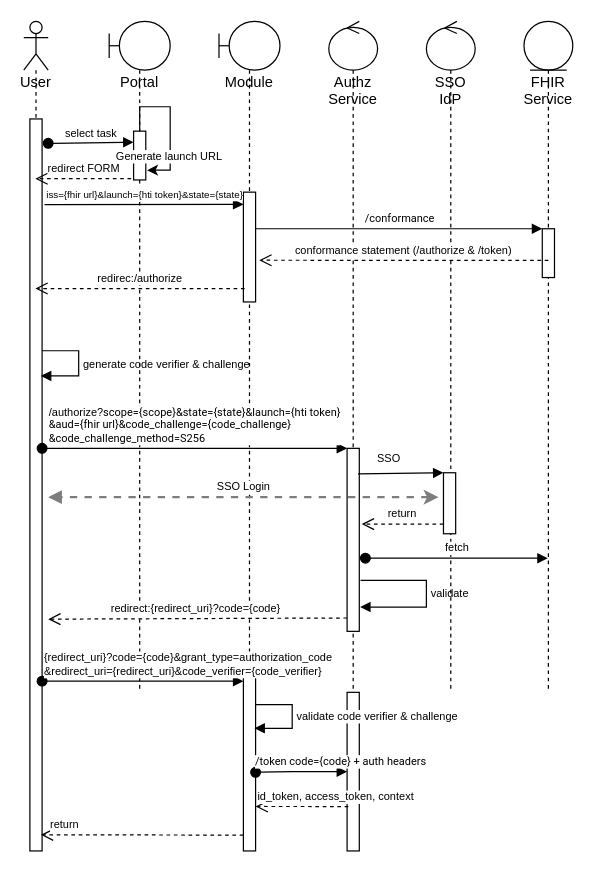
Before: topics/SMART on FHIR app launch and HTI.drawio in Koppeltaal/Koppeltaal-2.0-Specificaties-en-Architectuur, a draw.io diagram. Source tidied: cells renumbered, new cells numbered last; positions are measured from the earlier drawing's top-left corner, leaving out a move shared by most shapes. Both pictures are drawn from the tidied source at 122%, with x=0, y=0 at pixel (23, 21).
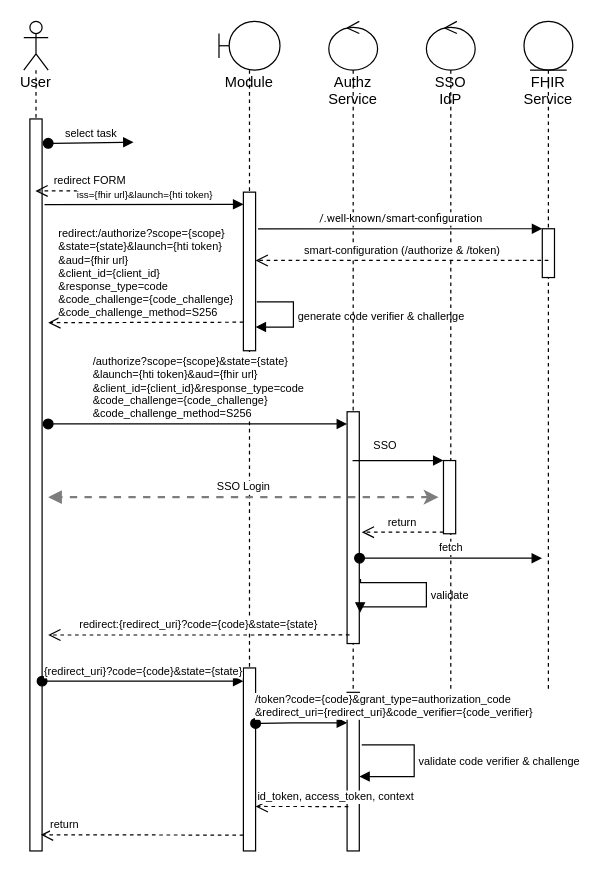
Above is the later version.

Unchanged cells that the change refers to:
```xml
<mxCell id="2" value="User" style="shape=umlLifeline;participant=umlActor;perimeter=lifelinePerimeter;whiteSpace=wrap;html=1;verticalAlign=top;spacingTop=36;outlineConnect=0;" parent="1" vertex="1">
  <mxGeometry width="20" height="680" as="geometry" />
</mxCell>
<mxCell id="3" style="html=1;points=[];perimeter=orthogonalPerimeter;" parent="2" vertex="1">
  <mxGeometry x="5" y="80" width="10" height="600" as="geometry" />
</mxCell>
<mxCell id="12" value="Authz Service" style="shape=umlLifeline;participant=umlControl;perimeter=lifelinePerimeter;whiteSpace=wrap;html=1;verticalAlign=top;spacingTop=36;outlineConnect=0;" parent="1" vertex="1">
  <mxGeometry x="250" width="40" height="680" as="geometry" />
</mxCell>
<mxCell id="14" style="html=1;points=[];perimeter=orthogonalPerimeter;fontSize=9;" parent="12" vertex="1">
  <mxGeometry x="15" y="550" width="10" height="130" as="geometry" />
</mxCell>
<mxCell id="16" value="SSO IdP" style="shape=umlLifeline;participant=umlControl;perimeter=lifelinePerimeter;whiteSpace=wrap;html=1;verticalAlign=top;spacingTop=36;" parent="1" vertex="1">
  <mxGeometry x="330" width="40" height="550" as="geometry" />
</mxCell>
<mxCell id="19" style="html=1;points=[];perimeter=orthogonalPerimeter;fontSize=9;" parent="18" vertex="1">
  <mxGeometry x="15" y="170" width="10" height="40" as="geometry" />
</mxCell>
```

The edit, as a diff of the source:
```diff
@@
+    <mxCell id="9" value="Module" style="shape=umlLifeline;participant=umlBoundary;perimeter=lifelinePerimeter;whiteSpace=wrap;html=1;verticalAlign=top;spacingTop=36;" parent="1" vertex="1">
+      <mxGeometry x="160" width="50" height="680" as="geometry" />
+    </mxCell>
+    <mxCell id="37" style="html=1;points=[];perimeter=orthogonalPerimeter;fontSize=9;" parent="9" vertex="1">
+      <mxGeometry x="20" y="140" width="10" height="130" as="geometry" />
+    </mxCell>
+    <mxCell id="11" style="html=1;points=[];perimeter=orthogonalPerimeter;fontSize=9;" parent="9" vertex="1">
+      <mxGeometry x="20" y="530" width="10" height="150" as="geometry" />
+    </mxCell>
-    <mxCell id="4" value="&lt;font style=&quot;font-size: 9px;&quot;&gt;generate code verifier &amp;amp; challenge&lt;/font&gt;" style="edgeStyle=orthogonalEdgeStyle;html=1;align=left;spacingLeft=2;endArrow=block;rounded=0;entryX=0.9;entryY=0.351;entryDx=0;entryDy=0;entryPerimeter=0;" parent="2" edge="1" target="3">
+    <mxCell id="4" value="&lt;font style=&quot;font-size: 9px;&quot;&gt;generate code verifier &amp;amp; challenge&lt;/font&gt;" style="edgeStyle=orthogonalEdgeStyle;html=1;align=left;spacingLeft=2;endArrow=block;rounded=0;entryX=0.9;entryY=0.351;entryDx=0;entryDy=0;entryPerimeter=0;" parent="9" edge="1">
       <mxGeometry relative="1" as="geometry">
-        <mxPoint x="15" y="270" as="sourcePoint" />
+        <mxPoint x="31" y="230" as="sourcePoint" />
+        <mxPoint x="30" y="250.6" as="targetPoint" />
         <Array as="points">
-          <mxPoint x="45" y="270" />
-          <mxPoint x="45" y="291" />
+          <mxPoint x="61" y="230" />
+          <mxPoint x="61" y="251" />
         </Array>
       </mxGeometry>
     </mxCell>
-    <mxCell id="5" value="Portal" style="shape=umlLifeline;participant=umlBoundary;perimeter=lifelinePerimeter;whiteSpace=wrap;html=1;verticalAlign=top;spacingTop=36;" parent="1" vertex="1">
-      <mxGeometry x="70" width="50" height="550" as="geometry" />
-    </mxCell>
-    <mxCell id="6" style="html=1;points=[];perimeter=orthogonalPerimeter;" parent="5" vertex="1">
-      <mxGeometry x="20" y="90" width="10" height="40" as="geometry" />
-    </mxCell>
-    <mxCell id="7" style="edgeStyle=orthogonalEdgeStyle;rounded=0;orthogonalLoop=1;jettySize=auto;html=1;entryX=1.1;entryY=0.8;entryDx=0;entryDy=0;entryPerimeter=0;" parent="5" edge="1" source="6" target="6">
-      <mxGeometry relative="1" as="geometry" />
-    </mxCell>
-    <mxCell id="8" value="Generate launch URL" style="edgeLabel;html=1;align=center;verticalAlign=middle;fontSize=9;" parent="7" vertex="1">
-      <mxGeometry x="0.33" y="-2" relative="1" as="geometry">
-        <mxPoint y="8" as="offset" />
-      </mxGeometry>
-    </mxCell>
-    <mxCell id="9" value="Module" style="shape=umlLifeline;participant=umlBoundary;perimeter=lifelinePerimeter;whiteSpace=wrap;html=1;verticalAlign=top;spacingTop=36;" parent="1" vertex="1">
-      <mxGeometry x="160" width="50" height="680" as="geometry" />
-    </mxCell>
-    <mxCell id="10" style="html=1;points=[];perimeter=orthogonalPerimeter;fontSize=9;" parent="9" vertex="1">
-      <mxGeometry x="20" y="140" width="10" height="90" as="geometry" />
-    </mxCell>
-    <mxCell id="11" style="html=1;points=[];perimeter=orthogonalPerimeter;fontSize=9;" parent="9" vertex="1">
-      <mxGeometry x="20" y="530" width="10" height="150" as="geometry" />
-    </mxCell>
@@
-    <mxCell id="13" style="html=1;points=[];perimeter=orthogonalPerimeter;fontSize=9;" parent="12" vertex="1">
-      <mxGeometry x="15" y="350" width="10" height="150" as="geometry" />
-    </mxCell>
+    <mxCell id="38" style="html=1;points=[];perimeter=orthogonalPerimeter;fontSize=9;" parent="12" vertex="1">
+      <mxGeometry x="15" y="320" width="10" height="190" as="geometry" />
+    </mxCell>
@@
-    <mxCell id="15" value="validate" style="edgeStyle=orthogonalEdgeStyle;html=1;align=left;spacingLeft=2;endArrow=block;rounded=0;fontSize=9;strokeColor=#030303;strokeWidth=1;exitX=1.1;exitY=0.721;exitDx=0;exitDy=0;exitPerimeter=0;entryX=1.067;entryY=0.867;entryDx=0;entryDy=0;entryPerimeter=0;" parent="12" edge="1" source="13" target="13">
+    <mxCell id="15" value="validate" style="edgeStyle=orthogonalEdgeStyle;html=1;align=left;spacingLeft=2;endArrow=block;rounded=0;fontSize=9;strokeColor=#030303;strokeWidth=1;exitX=1.1;exitY=0.721;exitDx=0;exitDy=0;exitPerimeter=0;entryX=1.067;entryY=0.867;entryDx=0;entryDy=0;entryPerimeter=0;" parent="12" edge="1" source="38" target="38">
       <mxGeometry relative="1" as="geometry">
         <Array as="points">
-          <mxPoint x="80" y="458" />
+          <mxPoint x="26" y="460" />
+          <mxPoint x="80" y="460" />
           <mxPoint x="80" y="480" />
+          <mxPoint x="26" y="480" />
         </Array>
       </mxGeometry>
     </mxCell>
+    <mxCell id="36" value="validate code verifier &amp;amp; challenge" style="edgeStyle=orthogonalEdgeStyle;html=1;align=left;spacingLeft=2;endArrow=block;rounded=0;entryX=1;entryY=0.531;fontSize=9;entryDx=0;entryDy=0;entryPerimeter=0;exitX=1.2;exitY=0.331;exitDx=0;exitDy=0;exitPerimeter=0;" parent="12" edge="1" source="14" target="14">
+      <mxGeometry relative="1" as="geometry">
+        <Array as="points">
+          <mxPoint x="70" y="593" />
+          <mxPoint x="70" y="619" />
+        </Array>
+      </mxGeometry>
+    </mxCell>
@@
-    <mxCell id="17" style="html=1;points=[];perimeter=orthogonalPerimeter;fontSize=9;" parent="16" vertex="1">
-      <mxGeometry x="14" y="370" width="10" height="50" as="geometry" />
-    </mxCell>
+    <mxCell id="39" style="html=1;points=[];perimeter=orthogonalPerimeter;fontSize=9;" parent="16" vertex="1">
+      <mxGeometry x="14" y="360" width="10" height="60" as="geometry" />
+    </mxCell>
@@
-    <mxCell id="21" value="redirect FORM" style="html=1;verticalAlign=bottom;endArrow=open;dashed=1;endSize=8;rounded=0;exitX=-0.2;exitY=0.975;exitDx=0;exitDy=0;exitPerimeter=0;fontSize=9;" parent="1" edge="1" source="6" target="2">
-      <mxGeometry relative="1" as="geometry" />
+    <mxCell id="21" value="redirect FORM" style="html=1;verticalAlign=bottom;endArrow=open;dashed=1;endSize=8;rounded=0;exitX=-0.2;exitY=0.975;exitDx=0;exitDy=0;exitPerimeter=0;fontSize=9;" parent="1" edge="1" target="2">
+      <mxGeometry relative="1" as="geometry">
+        <mxPoint x="98" y="139" as="sourcePoint" />
+      </mxGeometry>
     </mxCell>
-    <mxCell id="22" value="&lt;span style=&quot;text-align: start;&quot; id=&quot;docs-internal-guid-1505f8b8-7fff-2bb9-398f-21b4f6429415&quot;&gt;&lt;p style=&quot;line-height: 1.2; text-align: center; margin-top: 0pt; margin-bottom: 0pt;&quot; dir=&quot;ltr&quot;&gt;&lt;span style=&quot;font-family: Asap, sans-serif; font-variant-ligatures: normal; font-variant-east-asian: normal; font-variant-position: normal; vertical-align: baseline;&quot;&gt;&lt;font style=&quot;font-size: 8px;&quot;&gt;iss={fhir url}&amp;amp;launch={hti token}&amp;amp;state={state}&lt;/font&gt;&lt;/span&gt;&lt;/p&gt;&lt;/span&gt;" style="html=1;verticalAlign=bottom;endArrow=block;rounded=0;exitX=1.2;exitY=0.117;exitDx=0;exitDy=0;exitPerimeter=0;" parent="1" edge="1" source="3">
-      <mxGeometry relative="1" as="geometry">
-        <mxPoint x="180" y="150" as="targetPoint" />
-      </mxGeometry>
-    </mxCell>
-    <mxCell id="23" value="&lt;span style=&quot;text-align: start;&quot; id=&quot;docs-internal-guid-a28b069d-7fff-43a8-c809-6137400d5dd9&quot;&gt;&lt;span style=&quot;font-family: Roboto, sans-serif; font-variant-ligatures: normal; font-variant-east-asian: normal; font-variant-position: normal; vertical-align: baseline;&quot;&gt;&lt;font style=&quot;font-size: 9px;&quot;&gt;/conformance&lt;/font&gt;&lt;/span&gt;&lt;/span&gt;" style="html=1;verticalAlign=bottom;endArrow=block;entryX=0;entryY=0;rounded=0;fontSize=9;" parent="1" edge="1" target="19">
-      <mxGeometry relative="1" as="geometry">
-        <mxPoint x="190" y="170" as="sourcePoint" />
-      </mxGeometry>
-    </mxCell>
-    <mxCell id="24" value="conformance statement (/authorize &amp;amp; /token)" style="html=1;verticalAlign=bottom;endArrow=open;dashed=1;endSize=8;rounded=0;fontSize=9;entryX=1.3;entryY=0.62;entryDx=0;entryDy=0;entryPerimeter=0;" parent="1" edge="1" target="10">
-      <mxGeometry relative="1" as="geometry">
-        <mxPoint x="430" y="196" as="sourcePoint" />
-      </mxGeometry>
-    </mxCell>
-    <mxCell id="25" value="&lt;span style=&quot;&quot; id=&quot;docs-internal-guid-549b7491-7fff-cfe8-88d7-1d511a69c36a&quot;&gt;&lt;span style=&quot;font-family: Roboto, sans-serif; font-variant-ligatures: normal; font-variant-east-asian: normal; font-variant-position: normal; vertical-align: baseline;&quot;&gt;&lt;font style=&quot;font-size: 9px;&quot;&gt;&lt;span style=&quot;font-family: Helvetica; text-align: center;&quot;&gt;/authorize?&lt;/span&gt;scope={scope}&amp;amp;state={state}&amp;amp;launch={hti token}&lt;br&gt;&lt;div style=&quot;text-align: left;&quot;&gt;&amp;amp;aud={fhir url}&amp;amp;code_challenge={code_challenge}&lt;/div&gt;&lt;div style=&quot;text-align: left;&quot;&gt;&amp;amp;code_challenge_method=S256&lt;/div&gt;&lt;/font&gt;&lt;/span&gt;&lt;/span&gt;" style="html=1;verticalAlign=bottom;startArrow=oval;endArrow=block;startSize=8;rounded=0;fontSize=9;" parent="1" edge="1" target="13">
-      <mxGeometry relative="1" as="geometry">
-        <mxPoint x="15" y="350" as="sourcePoint" />
-        <Array as="points">
-          <mxPoint x="50" y="350" />
-        </Array>
-      </mxGeometry>
-    </mxCell>
+    <mxCell id="40" value="&lt;span style=&quot;text-align: start;&quot; id=&quot;docs-internal-guid-1505f8b8-7fff-2bb9-398f-21b4f6429415&quot;&gt;&lt;p style=&quot;line-height: 1.2; text-align: center; margin-top: 0pt; margin-bottom: 0pt;&quot; dir=&quot;ltr&quot;&gt;&lt;span style=&quot;font-family: Asap, sans-serif; font-variant-ligatures: normal; font-variant-east-asian: normal; font-variant-position: normal; vertical-align: baseline;&quot;&gt;&lt;font style=&quot;font-size: 8px;&quot;&gt;iss={fhir url}&amp;amp;launch={hti token}&lt;/font&gt;&lt;/span&gt;&lt;/p&gt;&lt;/span&gt;" style="html=1;verticalAlign=bottom;endArrow=block;rounded=0;exitX=1.2;exitY=0.117;exitDx=0;exitDy=0;exitPerimeter=0;" parent="1" edge="1" source="3">
+      <mxGeometry relative="1" as="geometry">
+        <mxPoint x="180" y="150" as="targetPoint" />
+      </mxGeometry>
+    </mxCell>
+    <mxCell id="41" value="&lt;span style=&quot;text-align: start;&quot; id=&quot;docs-internal-guid-a28b069d-7fff-43a8-c809-6137400d5dd9&quot;&gt;&lt;span style=&quot;font-family: Roboto, sans-serif; font-variant-ligatures: normal; font-variant-east-asian: normal; font-variant-position: normal; vertical-align: baseline;&quot;&gt;&lt;font style=&quot;font-size: 9px;&quot;&gt;/.well-known/smart-configuration&lt;/font&gt;&lt;/span&gt;&lt;/span&gt;" style="html=1;verticalAlign=bottom;endArrow=block;entryX=0;entryY=0;rounded=0;fontSize=9;startArrow=none;exitX=1.2;exitY=0.231;exitDx=0;exitDy=0;exitPerimeter=0;" parent="1" edge="1" source="37" target="19">
+      <mxGeometry relative="1" as="geometry" />
+    </mxCell>
+    <mxCell id="42" value="smart-configuration (/authorize &amp;amp; /token)" style="html=1;verticalAlign=bottom;endArrow=open;dashed=1;endSize=8;rounded=0;fontSize=9;" parent="1" edge="1">
+      <mxGeometry relative="1" as="geometry">
+        <mxPoint x="430" y="196" as="sourcePoint" />
+        <mxPoint x="190" y="196" as="targetPoint" />
+      </mxGeometry>
+    </mxCell>
+    <mxCell id="43" value="&lt;div style=&quot;border-color: var(--border-color); text-align: justify;&quot;&gt;/authorize?scope={scope}&amp;amp;state={state}&lt;/div&gt;&lt;div style=&quot;border-color: var(--border-color); text-align: justify;&quot;&gt;&amp;amp;launch={hti token}&amp;amp;aud={fhir url}&lt;/div&gt;&lt;div style=&quot;border-color: var(--border-color);&quot;&gt;&lt;div style=&quot;border-color: var(--border-color); text-align: justify;&quot;&gt;&amp;amp;client_id={client_id}&amp;amp;response_type=code&lt;/div&gt;&lt;/div&gt;&lt;div style=&quot;border-color: var(--border-color); text-align: justify;&quot;&gt;&amp;amp;code_challenge={code_challenge}&lt;/div&gt;&lt;div style=&quot;border-color: var(--border-color); text-align: justify;&quot;&gt;&amp;amp;code_challenge_method=S256&lt;/div&gt;" style="html=1;verticalAlign=bottom;startArrow=oval;endArrow=block;startSize=8;rounded=0;fontSize=9;" parent="1" edge="1">
+      <mxGeometry relative="1" as="geometry">
+        <mxPoint x="20" y="330" as="sourcePoint" />
+        <mxPoint x="265" y="330" as="targetPoint" />
+        <Array as="points">
+          <mxPoint x="50" y="330" />
+        </Array>
+      </mxGeometry>
+    </mxCell>
-    <mxCell id="26" value="SSO" style="html=1;verticalAlign=bottom;endArrow=block;entryX=0;entryY=0;rounded=0;fontSize=9;exitX=0.9;exitY=0.14;exitDx=0;exitDy=0;exitPerimeter=0;" parent="1" edge="1" source="13" target="17">
+    <mxCell id="26" value="SSO" style="html=1;verticalAlign=bottom;endArrow=block;entryX=0;entryY=0;rounded=0;fontSize=9;" parent="1" edge="1" source="12" target="39">
       <mxGeometry x="-0.29" y="4" relative="1" as="geometry" />
     </mxCell>
@@
-    <mxCell id="28" value="return" style="html=1;verticalAlign=bottom;endArrow=open;dashed=1;endSize=8;rounded=0;fontSize=9;entryX=1.2;entryY=0.414;entryDx=0;entryDy=0;entryPerimeter=0;" parent="1" edge="1" source="17" target="13">
-      <mxGeometry relative="1" as="geometry" />
+    <mxCell id="28" value="return" style="html=1;verticalAlign=bottom;endArrow=open;dashed=1;endSize=8;rounded=0;fontSize=9;entryX=1.2;entryY=0.414;entryDx=0;entryDy=0;entryPerimeter=0;" parent="1" edge="1">
+      <mxGeometry relative="1" as="geometry">
+        <mxPoint x="344" y="418.7" as="sourcePoint" />
+        <mxPoint x="277" y="418.7" as="targetPoint" />
+      </mxGeometry>
     </mxCell>
-    <mxCell id="29" value="redirec:/authorize" style="html=1;verticalAlign=bottom;endArrow=open;dashed=1;endSize=8;rounded=0;exitX=0.1;exitY=0.878;exitDx=0;exitDy=0;exitPerimeter=0;fontSize=9;" parent="1" edge="1" source="10" target="2">
-      <mxGeometry relative="1" as="geometry" />
-    </mxCell>
-    <mxCell id="30" value="redirect:{redirect_uri}?code={code}&amp;nbsp;" style="html=1;verticalAlign=bottom;endArrow=open;dashed=1;endSize=8;rounded=0;fontSize=9;strokeWidth=1;exitX=0;exitY=0.927;exitDx=0;exitDy=0;exitPerimeter=0;" parent="1" edge="1" source="13">
-      <mxGeometry relative="1" as="geometry">
-        <mxPoint x="20" y="490" as="targetPoint" />
-      </mxGeometry>
-    </mxCell>
+    <mxCell id="44" value="&lt;div style=&quot;text-align: justify;&quot;&gt;redirect:/authorize?scope={scope}&lt;/div&gt;&lt;div style=&quot;&quot;&gt;&lt;div style=&quot;text-align: justify;&quot;&gt;&amp;amp;state={state}&amp;amp;launch={hti token}&lt;/div&gt;&lt;div style=&quot;text-align: justify;&quot;&gt;&amp;amp;aud={fhir url}&lt;/div&gt;&lt;div style=&quot;text-align: justify;&quot;&gt;&amp;amp;client_id={client_id}&lt;/div&gt;&lt;div style=&quot;text-align: justify;&quot;&gt;&amp;amp;response_type=code&lt;/div&gt;&lt;/div&gt;&lt;div style=&quot;text-align: justify;&quot;&gt;&amp;amp;code_challenge={code_challenge}&lt;/div&gt;&lt;div style=&quot;text-align: justify;&quot;&gt;&amp;amp;code_challenge_method=S256&lt;/div&gt;" style="html=1;verticalAlign=bottom;endArrow=open;dashed=1;endSize=8;rounded=0;exitX=0;exitY=0.82;exitDx=0;exitDy=0;exitPerimeter=0;fontSize=9;align=center;" parent="1" edge="1" source="37">
+      <mxGeometry relative="1" as="geometry">
+        <mxPoint x="20" y="247" as="targetPoint" />
+      </mxGeometry>
+    </mxCell>
+    <mxCell id="45" value="redirect:{redirect_uri}?code={code}&amp;amp;state={state}" style="html=1;verticalAlign=bottom;endArrow=open;dashed=1;endSize=8;rounded=0;fontSize=9;strokeWidth=1;exitX=0.2;exitY=0.963;exitDx=0;exitDy=0;exitPerimeter=0;" parent="1" edge="1" source="38">
+      <mxGeometry relative="1" as="geometry">
+        <mxPoint x="20" y="503" as="targetPoint" />
+      </mxGeometry>
+    </mxCell>
-    <mxCell id="31" value="&lt;div style=&quot;&quot;&gt;{redirect_uri}?code={code}&amp;amp;grant_type=authorization_code&lt;/div&gt;&lt;div style=&quot;&quot;&gt;&amp;amp;redirect_uri={redirect_uri}&amp;amp;code_verifier={code_verifier}&lt;/div&gt;" style="html=1;verticalAlign=bottom;startArrow=oval;endArrow=block;startSize=8;rounded=0;fontSize=9;strokeWidth=1;align=left;exitX=1;exitY=0.768;exitDx=0;exitDy=0;exitPerimeter=0;" parent="1" edge="1" source="3" target="11">
+    <mxCell id="31" value="&lt;div style=&quot;&quot;&gt;{redirect_uri}?code={code}&amp;amp;state={state}&lt;/div&gt;" style="html=1;verticalAlign=bottom;startArrow=oval;endArrow=block;startSize=8;rounded=0;fontSize=9;strokeWidth=1;align=left;exitX=1;exitY=0.768;exitDx=0;exitDy=0;exitPerimeter=0;" parent="1" edge="1" source="3" target="11">
       <mxGeometry x="-1" relative="1" as="geometry" />
     </mxCell>
-    <mxCell id="32" value="&lt;span style=&quot;&quot; id=&quot;docs-internal-guid-0ab07bfd-7fff-b5ed-49af-7fb6f616343c&quot;&gt;&lt;p style=&quot;line-height: 1.2; margin-top: 0pt; margin-bottom: 0pt;&quot; dir=&quot;ltr&quot;&gt;&lt;span style=&quot;font-family: Roboto, sans-serif; font-variant-ligatures: normal; font-variant-east-asian: normal; font-variant-position: normal; vertical-align: baseline;&quot;&gt;&lt;font style=&quot;font-size: 9px;&quot;&gt;/token code={code} + auth headers&lt;/font&gt;&lt;/span&gt;&lt;/p&gt;&lt;/span&gt;" style="html=1;verticalAlign=bottom;startArrow=oval;endArrow=block;startSize=8;rounded=0;fontSize=9;strokeWidth=1;exitX=1;exitY=0.57;exitDx=0;exitDy=0;exitPerimeter=0;align=left;" parent="1" edge="1" source="11" target="14">
-      <mxGeometry x="-1" y="-2" relative="1" as="geometry">
-        <Array as="points">
-          <mxPoint x="220" y="615" />
-        </Array>
-        <mxPoint x="-2" y="-2" as="offset" />
-      </mxGeometry>
-    </mxCell>
+    <mxCell id="46" value="&lt;span style=&quot;&quot; id=&quot;docs-internal-guid-0ab07bfd-7fff-b5ed-49af-7fb6f616343c&quot;&gt;&lt;div style=&quot;border-color: var(--border-color);&quot;&gt;/token?code={code}&amp;amp;grant_type=authorization_code&lt;/div&gt;&lt;div style=&quot;border-color: var(--border-color);&quot;&gt;&amp;amp;redirect_uri={redirect_uri}&amp;amp;code_verifier={code_verifier}&lt;/div&gt;&lt;/span&gt;" style="html=1;verticalAlign=bottom;startArrow=oval;endArrow=block;startSize=8;rounded=0;fontSize=9;strokeWidth=1;exitX=1;exitY=0.57;exitDx=0;exitDy=0;exitPerimeter=0;align=left;" parent="1" edge="1">
+      <mxGeometry x="-1" y="-2" relative="1" as="geometry">
+        <mxPoint x="190" y="575.5" as="sourcePoint" />
+        <mxPoint x="265" y="575" as="targetPoint" />
+        <Array as="points">
+          <mxPoint x="220" y="575" />
+        </Array>
+        <mxPoint x="-2" y="-2" as="offset" />
+      </mxGeometry>
+    </mxCell>
@@
     <mxCell id="35" value="fetch" style="html=1;verticalAlign=bottom;startArrow=oval;startFill=1;endArrow=block;startSize=8;rounded=0;fontSize=9;" parent="1" edge="1">
       <mxGeometry relative="1" as="geometry">
-        <mxPoint x="280" y="440" as="sourcePoint" />
-        <mxPoint x="429.5" y="440" as="targetPoint" />
+        <mxPoint x="275.2" y="440" as="sourcePoint" />
+        <mxPoint x="424.8" y="440" as="targetPoint" />
         <Array as="points">
-          <mxPoint x="400" y="440" />
+          <mxPoint x="395.2" y="440" />
         </Array>
       </mxGeometry>
     </mxCell>
-    <mxCell id="36" value="validate code verifier &amp;amp; challenge" style="edgeStyle=orthogonalEdgeStyle;html=1;align=left;spacingLeft=2;endArrow=block;rounded=0;entryX=0.9;entryY=0.33;fontSize=9;entryDx=0;entryDy=0;entryPerimeter=0;" parent="1" edge="1" target="11">
-      <mxGeometry relative="1" as="geometry">
-        <mxPoint x="190" y="560" as="sourcePoint" />
-        <Array as="points">
-          <mxPoint x="220" y="560" />
-          <mxPoint x="220" y="580" />
-        </Array>
-      </mxGeometry>
-    </mxCell>
```
